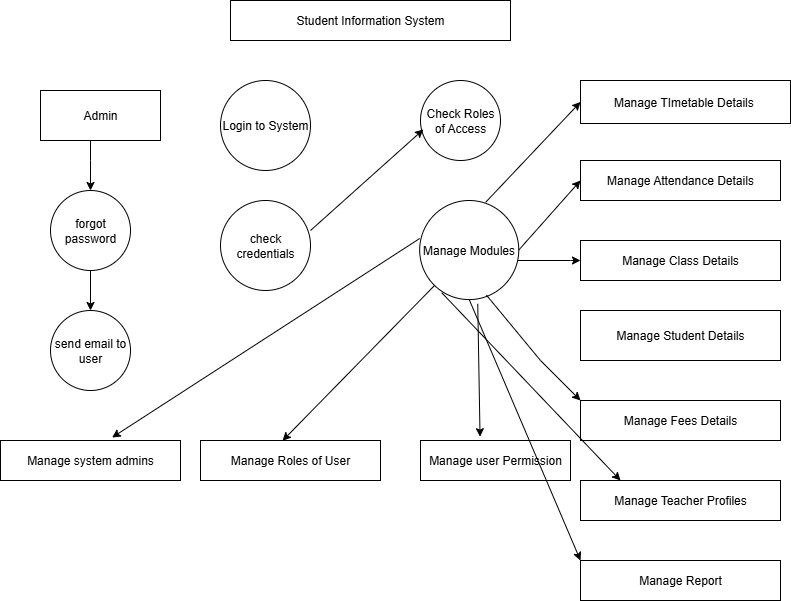
The draw.io diagram diagram2.png in meghana973/student_portal_demo, before a commit. Source tidied: cells renumbered, new cells last; positions are measured from the earlier drawing's top-left corner, leaving out a move shared by most shapes. The source it was exported from:
```xml
<mxGraphModel>
  <root>
    <mxCell id="0" />
    <mxCell id="1" parent="0" />
    <mxCell id="2" value="Student Information System" style="whiteSpace=wrap;html=1;" parent="1" vertex="1">
      <mxGeometry x="290" y="40" width="280" height="40" as="geometry" />
    </mxCell>
    <mxCell id="3" style="edgeStyle=orthogonalEdgeStyle;rounded=0;jettySize=auto;html=1;" parent="1" edge="1" source="4" target="9">
      <mxGeometry relative="1" as="geometry">
        <Array as="points">
          <mxPoint x="150" y="200" />
          <mxPoint x="150" y="200" />
        </Array>
      </mxGeometry>
    </mxCell>
    <mxCell id="4" value="Admin" style="whiteSpace=wrap;html=1;" parent="1" vertex="1">
      <mxGeometry x="100" y="130" width="120" height="50" as="geometry" />
    </mxCell>
    <mxCell id="5" value="Login to System" style="ellipse;whiteSpace=wrap;html=1;" parent="1" vertex="1">
      <mxGeometry x="280" y="120" width="90" height="90" as="geometry" />
    </mxCell>
    <mxCell id="6" style="ellipse;whiteSpace=wrap;html=1;" parent="1" vertex="1">
      <mxGeometry as="geometry" />
    </mxCell>
    <mxCell id="7" value="check credentials" style="ellipse;whiteSpace=wrap;html=1;" parent="1" vertex="1">
      <mxGeometry x="280" y="240" width="90" height="90" as="geometry" />
    </mxCell>
    <mxCell id="8" value="Check Roles of Access" style="ellipse;whiteSpace=wrap;html=1;" parent="1" vertex="1">
      <mxGeometry x="480" y="120" width="80" height="80" as="geometry" />
    </mxCell>
    <mxCell id="9" value="forgot password" style="ellipse;whiteSpace=wrap;html=1;" parent="1" vertex="1">
      <mxGeometry x="110" y="230" width="80" height="80" as="geometry" />
    </mxCell>
    <mxCell id="10" style="edgeStyle=orthogonalEdgeStyle;rounded=0;jettySize=auto;html=1;" parent="1" edge="1" source="11" target="14">
      <mxGeometry relative="1" as="geometry">
        <Array as="points">
          <mxPoint x="630" y="300" />
          <mxPoint x="630" y="300" />
        </Array>
      </mxGeometry>
    </mxCell>
    <mxCell id="11" value="Manage Modules" style="ellipse;whiteSpace=wrap;html=1;direction=south;rotation=0;" parent="1" vertex="1">
      <mxGeometry x="479.2" y="240" width="99.1" height="99.1" as="geometry" />
    </mxCell>
    <mxCell id="12" value="send email to user" style="ellipse;whiteSpace=wrap;html=1;" parent="1" vertex="1">
      <mxGeometry x="110" y="350" width="80" height="80" as="geometry" />
    </mxCell>
    <mxCell id="13" value="Manage Attendance Details" style="whiteSpace=wrap;html=1;" parent="1" vertex="1">
      <mxGeometry x="640" y="200" width="200" height="40" as="geometry" />
    </mxCell>
    <mxCell id="14" value="Manage Class Details" style="whiteSpace=wrap;html=1;" parent="1" vertex="1">
      <mxGeometry x="640" y="280" width="200" height="40" as="geometry" />
    </mxCell>
    <mxCell id="15" value="Manage Student Details" style="whiteSpace=wrap;html=1;" parent="1" vertex="1">
      <mxGeometry x="640" y="350" width="200" height="50" as="geometry" />
    </mxCell>
    <mxCell id="16" value="Manage Fees Details" style="whiteSpace=wrap;html=1;" parent="1" vertex="1">
      <mxGeometry x="640" y="440" width="200" height="40" as="geometry" />
    </mxCell>
    <mxCell id="17" value="Manage Teacher Profiles" style="whiteSpace=wrap;html=1;" parent="1" vertex="1">
      <mxGeometry x="640" y="520" width="200" height="40" as="geometry" />
    </mxCell>
    <mxCell id="18" value="Manage Report" style="whiteSpace=wrap;html=1;" parent="1" vertex="1">
      <mxGeometry x="640" y="600" width="200" height="40" as="geometry" />
    </mxCell>
    <mxCell id="19" value="Manage system admins" style="whiteSpace=wrap;html=1;" parent="1" vertex="1">
      <mxGeometry x="60" y="480" width="180" height="40" as="geometry" />
    </mxCell>
    <mxCell id="20" value="Manage user Permission" style="whiteSpace=wrap;html=1;" parent="1" vertex="1">
      <mxGeometry x="480" y="480" width="150" height="40" as="geometry" />
    </mxCell>
    <mxCell id="21" value="Manage Roles of User" style="whiteSpace=wrap;html=1;" parent="1" vertex="1">
      <mxGeometry x="260" y="480" width="180" height="40" as="geometry" />
    </mxCell>
    <mxCell id="22" style="endArrow=classic;html=1;rounded=0;entryX=0.035;entryY=0.613;entryDx=0;entryDy=0;entryPerimeter=0;" parent="1" edge="1" target="8">
      <mxGeometry relative="1" as="geometry">
        <mxPoint x="370" y="270" as="sourcePoint" />
      </mxGeometry>
    </mxCell>
    <mxCell id="23" style="endArrow=classic;html=1;rounded=0;entryX=0.397;entryY=-0.095;entryDx=0;entryDy=0;entryPerimeter=0;exitX=1.043;exitY=0.414;exitDx=0;exitDy=0;exitPerimeter=0;" parent="1" edge="1" source="11" target="20">
      <mxGeometry relative="1" as="geometry" />
    </mxCell>
    <mxCell id="24" style="endArrow=classic;html=1;rounded=0;entryX=0.456;entryY=0.005;entryDx=0;entryDy=0;entryPerimeter=0;" parent="1" edge="1" source="11" target="21">
      <mxGeometry relative="1" as="geometry" />
    </mxCell>
    <mxCell id="25" style="endArrow=classic;html=1;rounded=0;exitX=-0.02;exitY=0.602;exitDx=0;exitDy=0;exitPerimeter=0;entryX=0.62;entryY=-0.075;entryDx=0;entryDy=0;entryPerimeter=0;" parent="1" edge="1" target="19">
      <mxGeometry relative="1" as="geometry">
        <mxPoint x="479.2" y="278" as="sourcePoint" />
      </mxGeometry>
    </mxCell>
    <mxCell id="26" style="endArrow=classic;html=1;rounded=0;entryX=0;entryY=0;entryDx=0;entryDy=0;exitX=0.955;exitY=0.326;exitDx=0;exitDy=0;exitPerimeter=0;" parent="1" edge="1" source="11" target="16">
      <mxGeometry relative="1" as="geometry">
        <Array as="points">
          <mxPoint x="600" y="400" />
        </Array>
      </mxGeometry>
    </mxCell>
    <mxCell id="27" value="Manage TImetable Details&amp;nbsp;" style="whiteSpace=wrap;html=1;" parent="1" vertex="1">
      <mxGeometry x="640" y="120" width="210" height="43" as="geometry" />
    </mxCell>
    <mxCell id="28" style="endArrow=classic;html=1;rounded=0;entryX=0;entryY=0.5;entryDx=0;entryDy=0;exitX=0.018;exitY=0.334;exitDx=0;exitDy=0;exitPerimeter=0;" parent="1" edge="1" source="11" target="27">
      <mxGeometry relative="1" as="geometry" />
    </mxCell>
    <mxCell id="29" style="endArrow=classic;html=1;rounded=0;exitX=0.5;exitY=0;exitDx=0;exitDy=0;entryX=0;entryY=0.5;entryDx=0;entryDy=0;" parent="1" edge="1" source="11" target="13">
      <mxGeometry relative="1" as="geometry" />
    </mxCell>
    <mxCell id="30" style="endArrow=classic;html=1;rounded=0;exitX=0.93;exitY=0.778;exitDx=0;exitDy=0;exitPerimeter=0;entryX=0.2;entryY=0;entryDx=0;entryDy=0;entryPerimeter=0;" parent="1" edge="1" source="11" target="17">
      <mxGeometry relative="1" as="geometry" />
    </mxCell>
    <mxCell id="31" style="endArrow=classic;html=1;rounded=0;exitX=1;exitY=0.5;exitDx=0;exitDy=0;entryX=0;entryY=0;entryDx=0;entryDy=0;" parent="1" edge="1" source="11" target="18">
      <mxGeometry relative="1" as="geometry" />
    </mxCell>
    <mxCell id="32" style="endArrow=classic;html=1;rounded=0;" parent="1" edge="1" source="9" target="12">
      <mxGeometry relative="1" as="geometry" />
    </mxCell>
  </root>
</mxGraphModel>
```
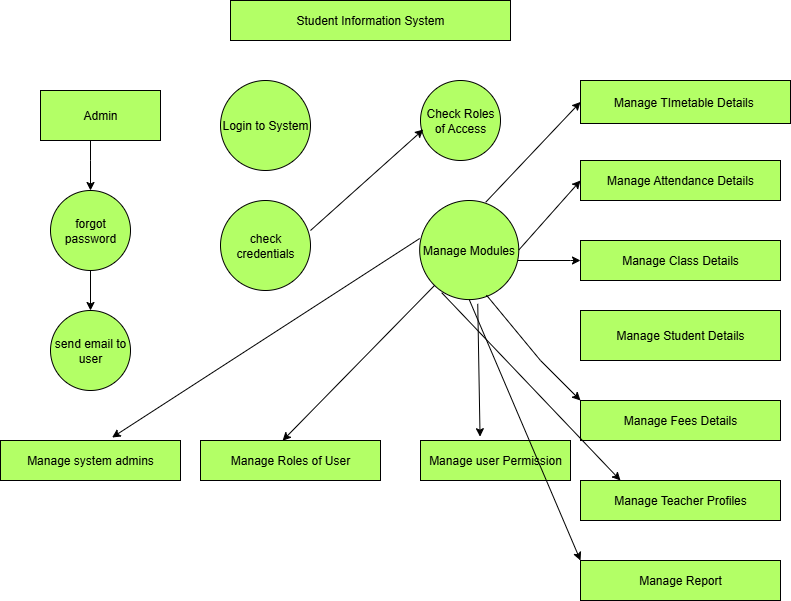
The same diagram one commit later.

Change to the diagram source:
```diff
@@ -2,10 +2,10 @@
   <root>
     <mxCell id="0" />
     <mxCell id="1" parent="0" />
-    <mxCell id="2" value="Student Information System" style="whiteSpace=wrap;html=1;" parent="1" vertex="1">
+    <mxCell id="2" value="Student Information System" style="whiteSpace=wrap;html=1;fillColor=#B3FF66;" parent="1" vertex="1">
       <mxGeometry x="290" y="40" width="280" height="40" as="geometry" />
     </mxCell>
-    <mxCell id="3" style="edgeStyle=orthogonalEdgeStyle;rounded=0;jettySize=auto;html=1;" parent="1" edge="1" source="4" target="9">
+    <mxCell id="3" style="edgeStyle=orthogonalEdgeStyle;rounded=0;jettySize=auto;html=1;fillColor=#B3FF66;" parent="1" edge="1" source="4" target="9">
       <mxGeometry relative="1" as="geometry">
         <Array as="points">
           <mxPoint x="150" y="200" />
@@ -13,25 +13,25 @@
         </Array>
       </mxGeometry>
     </mxCell>
-    <mxCell id="4" value="Admin" style="whiteSpace=wrap;html=1;" parent="1" vertex="1">
+    <mxCell id="4" value="Admin" style="whiteSpace=wrap;html=1;fillColor=#B3FF66;" parent="1" vertex="1">
       <mxGeometry x="100" y="130" width="120" height="50" as="geometry" />
     </mxCell>
-    <mxCell id="5" value="Login to System" style="ellipse;whiteSpace=wrap;html=1;" parent="1" vertex="1">
+    <mxCell id="5" value="Login to System" style="ellipse;whiteSpace=wrap;html=1;fillColor=#B3FF66;" parent="1" vertex="1">
       <mxGeometry x="280" y="120" width="90" height="90" as="geometry" />
     </mxCell>
-    <mxCell id="6" style="ellipse;whiteSpace=wrap;html=1;" parent="1" vertex="1">
+    <mxCell id="6" style="ellipse;whiteSpace=wrap;html=1;fillColor=#B3FF66;" parent="1" vertex="1">
       <mxGeometry as="geometry" />
     </mxCell>
-    <mxCell id="7" value="check credentials" style="ellipse;whiteSpace=wrap;html=1;" parent="1" vertex="1">
+    <mxCell id="7" value="check credentials" style="ellipse;whiteSpace=wrap;html=1;fillColor=#B3FF66;" parent="1" vertex="1">
       <mxGeometry x="280" y="240" width="90" height="90" as="geometry" />
     </mxCell>
-    <mxCell id="8" value="Check Roles of Access" style="ellipse;whiteSpace=wrap;html=1;" parent="1" vertex="1">
+    <mxCell id="8" value="Check Roles of Access" style="ellipse;whiteSpace=wrap;html=1;fillColor=#B3FF66;" parent="1" vertex="1">
       <mxGeometry x="480" y="120" width="80" height="80" as="geometry" />
     </mxCell>
-    <mxCell id="9" value="forgot password" style="ellipse;whiteSpace=wrap;html=1;" parent="1" vertex="1">
+    <mxCell id="9" value="forgot password" style="ellipse;whiteSpace=wrap;html=1;fillColor=#B3FF66;" parent="1" vertex="1">
       <mxGeometry x="110" y="230" width="80" height="80" as="geometry" />
     </mxCell>
-    <mxCell id="10" style="edgeStyle=orthogonalEdgeStyle;rounded=0;jettySize=auto;html=1;" parent="1" edge="1" source="11" target="14">
+    <mxCell id="10" style="edgeStyle=orthogonalEdgeStyle;rounded=0;jettySize=auto;html=1;fillColor=#B3FF66;" parent="1" edge="1" source="11" target="14">
       <mxGeometry relative="1" as="geometry">
         <Array as="points">
           <mxPoint x="630" y="300" />
@@ -39,78 +39,78 @@
         </Array>
       </mxGeometry>
     </mxCell>
-    <mxCell id="11" value="Manage Modules" style="ellipse;whiteSpace=wrap;html=1;direction=south;rotation=0;" parent="1" vertex="1">
+    <mxCell id="11" value="Manage Modules" style="ellipse;whiteSpace=wrap;html=1;direction=south;rotation=0;fillColor=#B3FF66;" parent="1" vertex="1">
       <mxGeometry x="479.2" y="240" width="99.1" height="99.1" as="geometry" />
     </mxCell>
-    <mxCell id="12" value="send email to user" style="ellipse;whiteSpace=wrap;html=1;" parent="1" vertex="1">
+    <mxCell id="12" value="send email to user" style="ellipse;whiteSpace=wrap;html=1;fillColor=#B3FF66;" parent="1" vertex="1">
       <mxGeometry x="110" y="350" width="80" height="80" as="geometry" />
     </mxCell>
-    <mxCell id="13" value="Manage Attendance Details" style="whiteSpace=wrap;html=1;" parent="1" vertex="1">
+    <mxCell id="13" value="Manage Attendance Details" style="whiteSpace=wrap;html=1;fillColor=#B3FF66;" parent="1" vertex="1">
       <mxGeometry x="640" y="200" width="200" height="40" as="geometry" />
     </mxCell>
-    <mxCell id="14" value="Manage Class Details" style="whiteSpace=wrap;html=1;" parent="1" vertex="1">
+    <mxCell id="14" value="Manage Class Details" style="whiteSpace=wrap;html=1;fillColor=#B3FF66;" parent="1" vertex="1">
       <mxGeometry x="640" y="280" width="200" height="40" as="geometry" />
     </mxCell>
-    <mxCell id="15" value="Manage Student Details" style="whiteSpace=wrap;html=1;" parent="1" vertex="1">
+    <mxCell id="15" value="Manage Student Details" style="whiteSpace=wrap;html=1;fillColor=#B3FF66;" parent="1" vertex="1">
       <mxGeometry x="640" y="350" width="200" height="50" as="geometry" />
     </mxCell>
-    <mxCell id="16" value="Manage Fees Details" style="whiteSpace=wrap;html=1;" parent="1" vertex="1">
+    <mxCell id="16" value="Manage Fees Details" style="whiteSpace=wrap;html=1;fillColor=#B3FF66;" parent="1" vertex="1">
       <mxGeometry x="640" y="440" width="200" height="40" as="geometry" />
     </mxCell>
-    <mxCell id="17" value="Manage Teacher Profiles" style="whiteSpace=wrap;html=1;" parent="1" vertex="1">
+    <mxCell id="17" value="Manage Teacher Profiles" style="whiteSpace=wrap;html=1;fillColor=#B3FF66;" parent="1" vertex="1">
       <mxGeometry x="640" y="520" width="200" height="40" as="geometry" />
     </mxCell>
-    <mxCell id="18" value="Manage Report" style="whiteSpace=wrap;html=1;" parent="1" vertex="1">
+    <mxCell id="18" value="Manage Report" style="whiteSpace=wrap;html=1;fillColor=#B3FF66;" parent="1" vertex="1">
       <mxGeometry x="640" y="600" width="200" height="40" as="geometry" />
     </mxCell>
-    <mxCell id="19" value="Manage system admins" style="whiteSpace=wrap;html=1;" parent="1" vertex="1">
+    <mxCell id="19" value="Manage system admins" style="whiteSpace=wrap;html=1;fillColor=#B3FF66;" parent="1" vertex="1">
       <mxGeometry x="60" y="480" width="180" height="40" as="geometry" />
     </mxCell>
-    <mxCell id="20" value="Manage user Permission" style="whiteSpace=wrap;html=1;" parent="1" vertex="1">
+    <mxCell id="20" value="Manage user Permission" style="whiteSpace=wrap;html=1;fillColor=#B3FF66;" parent="1" vertex="1">
       <mxGeometry x="480" y="480" width="150" height="40" as="geometry" />
     </mxCell>
-    <mxCell id="21" value="Manage Roles of User" style="whiteSpace=wrap;html=1;" parent="1" vertex="1">
+    <mxCell id="21" value="Manage Roles of User" style="whiteSpace=wrap;html=1;fillColor=#B3FF66;" parent="1" vertex="1">
       <mxGeometry x="260" y="480" width="180" height="40" as="geometry" />
     </mxCell>
-    <mxCell id="22" style="endArrow=classic;html=1;rounded=0;entryX=0.035;entryY=0.613;entryDx=0;entryDy=0;entryPerimeter=0;" parent="1" edge="1" target="8">
+    <mxCell id="22" style="endArrow=classic;html=1;rounded=0;entryX=0.035;entryY=0.613;entryDx=0;entryDy=0;entryPerimeter=0;fillColor=#B3FF66;" parent="1" edge="1" target="8">
       <mxGeometry relative="1" as="geometry">
         <mxPoint x="370" y="270" as="sourcePoint" />
       </mxGeometry>
     </mxCell>
-    <mxCell id="23" style="endArrow=classic;html=1;rounded=0;entryX=0.397;entryY=-0.095;entryDx=0;entryDy=0;entryPerimeter=0;exitX=1.043;exitY=0.414;exitDx=0;exitDy=0;exitPerimeter=0;" parent="1" edge="1" source="11" target="20">
+    <mxCell id="23" style="endArrow=classic;html=1;rounded=0;entryX=0.397;entryY=-0.095;entryDx=0;entryDy=0;entryPerimeter=0;exitX=1.043;exitY=0.414;exitDx=0;exitDy=0;exitPerimeter=0;fillColor=#B3FF66;" parent="1" edge="1" source="11" target="20">
       <mxGeometry relative="1" as="geometry" />
     </mxCell>
-    <mxCell id="24" style="endArrow=classic;html=1;rounded=0;entryX=0.456;entryY=0.005;entryDx=0;entryDy=0;entryPerimeter=0;" parent="1" edge="1" source="11" target="21">
+    <mxCell id="24" style="endArrow=classic;html=1;rounded=0;entryX=0.456;entryY=0.005;entryDx=0;entryDy=0;entryPerimeter=0;fillColor=#B3FF66;" parent="1" edge="1" source="11" target="21">
       <mxGeometry relative="1" as="geometry" />
     </mxCell>
-    <mxCell id="25" style="endArrow=classic;html=1;rounded=0;exitX=-0.02;exitY=0.602;exitDx=0;exitDy=0;exitPerimeter=0;entryX=0.62;entryY=-0.075;entryDx=0;entryDy=0;entryPerimeter=0;" parent="1" edge="1" target="19">
+    <mxCell id="25" style="endArrow=classic;html=1;rounded=0;exitX=-0.02;exitY=0.602;exitDx=0;exitDy=0;exitPerimeter=0;entryX=0.62;entryY=-0.075;entryDx=0;entryDy=0;entryPerimeter=0;fillColor=#B3FF66;" parent="1" edge="1" target="19">
       <mxGeometry relative="1" as="geometry">
         <mxPoint x="479.2" y="278" as="sourcePoint" />
       </mxGeometry>
     </mxCell>
-    <mxCell id="26" style="endArrow=classic;html=1;rounded=0;entryX=0;entryY=0;entryDx=0;entryDy=0;exitX=0.955;exitY=0.326;exitDx=0;exitDy=0;exitPerimeter=0;" parent="1" edge="1" source="11" target="16">
+    <mxCell id="26" style="endArrow=classic;html=1;rounded=0;entryX=0;entryY=0;entryDx=0;entryDy=0;exitX=0.955;exitY=0.326;exitDx=0;exitDy=0;exitPerimeter=0;fillColor=#B3FF66;" parent="1" edge="1" source="11" target="16">
       <mxGeometry relative="1" as="geometry">
         <Array as="points">
           <mxPoint x="600" y="400" />
         </Array>
       </mxGeometry>
     </mxCell>
-    <mxCell id="27" value="Manage TImetable Details&amp;nbsp;" style="whiteSpace=wrap;html=1;" parent="1" vertex="1">
+    <mxCell id="27" value="Manage TImetable Details&amp;nbsp;" style="whiteSpace=wrap;html=1;fillColor=#B3FF66;" parent="1" vertex="1">
       <mxGeometry x="640" y="120" width="210" height="43" as="geometry" />
     </mxCell>
-    <mxCell id="28" style="endArrow=classic;html=1;rounded=0;entryX=0;entryY=0.5;entryDx=0;entryDy=0;exitX=0.018;exitY=0.334;exitDx=0;exitDy=0;exitPerimeter=0;" parent="1" edge="1" source="11" target="27">
+    <mxCell id="28" style="endArrow=classic;html=1;rounded=0;entryX=0;entryY=0.5;entryDx=0;entryDy=0;exitX=0.018;exitY=0.334;exitDx=0;exitDy=0;exitPerimeter=0;fillColor=#B3FF66;" parent="1" edge="1" source="11" target="27">
       <mxGeometry relative="1" as="geometry" />
     </mxCell>
-    <mxCell id="29" style="endArrow=classic;html=1;rounded=0;exitX=0.5;exitY=0;exitDx=0;exitDy=0;entryX=0;entryY=0.5;entryDx=0;entryDy=0;" parent="1" edge="1" source="11" target="13">
+    <mxCell id="29" style="endArrow=classic;html=1;rounded=0;exitX=0.5;exitY=0;exitDx=0;exitDy=0;entryX=0;entryY=0.5;entryDx=0;entryDy=0;fillColor=#B3FF66;" parent="1" edge="1" source="11" target="13">
       <mxGeometry relative="1" as="geometry" />
     </mxCell>
-    <mxCell id="30" style="endArrow=classic;html=1;rounded=0;exitX=0.93;exitY=0.778;exitDx=0;exitDy=0;exitPerimeter=0;entryX=0.2;entryY=0;entryDx=0;entryDy=0;entryPerimeter=0;" parent="1" edge="1" source="11" target="17">
+    <mxCell id="30" style="endArrow=classic;html=1;rounded=0;exitX=0.93;exitY=0.778;exitDx=0;exitDy=0;exitPerimeter=0;entryX=0.2;entryY=0;entryDx=0;entryDy=0;entryPerimeter=0;fillColor=#B3FF66;" parent="1" edge="1" source="11" target="17">
       <mxGeometry relative="1" as="geometry" />
     </mxCell>
-    <mxCell id="31" style="endArrow=classic;html=1;rounded=0;exitX=1;exitY=0.5;exitDx=0;exitDy=0;entryX=0;entryY=0;entryDx=0;entryDy=0;" parent="1" edge="1" source="11" target="18">
+    <mxCell id="31" style="endArrow=classic;html=1;rounded=0;exitX=1;exitY=0.5;exitDx=0;exitDy=0;entryX=0;entryY=0;entryDx=0;entryDy=0;fillColor=#B3FF66;" parent="1" edge="1" source="11" target="18">
       <mxGeometry relative="1" as="geometry" />
     </mxCell>
-    <mxCell id="32" style="endArrow=classic;html=1;rounded=0;" parent="1" edge="1" source="9" target="12">
+    <mxCell id="32" style="endArrow=classic;html=1;rounded=0;fillColor=#B3FF66;" parent="1" edge="1" source="9" target="12">
       <mxGeometry relative="1" as="geometry" />
     </mxCell>
   </root>
```
